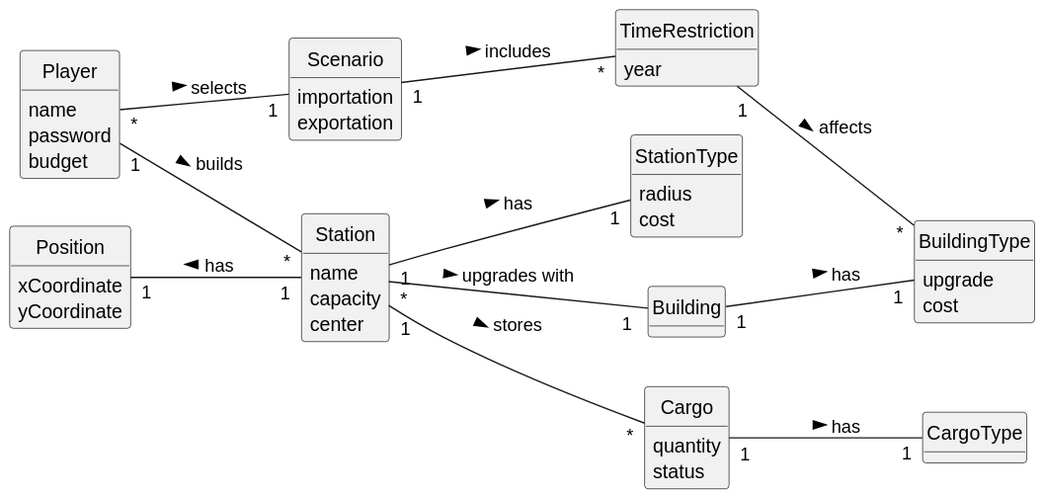
This is Sprint2/US006/02.analysis/svg/US006-DM.svg from 1240935/pi2-railway-simulator, a PlantUML export, as it was before one commit.
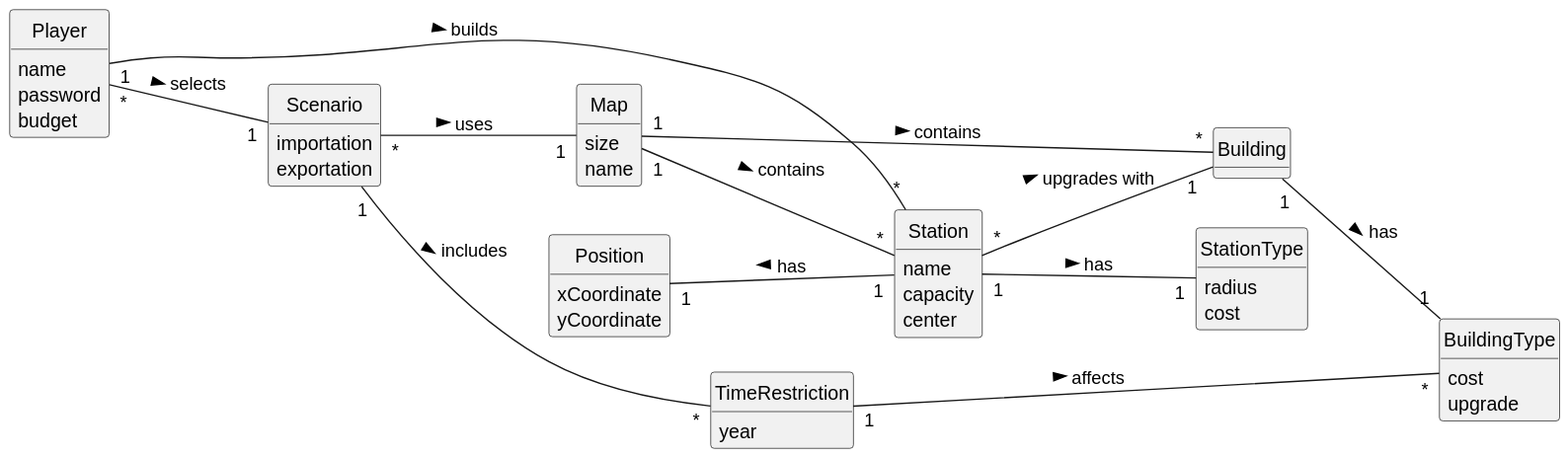
The same file after the commit.

The edit, as a diff of the source:
```diff
@@ -29,13 +29,18 @@
 }
 
 class BuildingType {
+    cost
     upgrade
-    cost
 }
 
 class Scenario {
     importation
     exportation
+ }
+
+class Map {
+    size
+    name
 }
 
 class Position{
@@ -43,17 +48,10 @@
     yCoordinate
 }
 
-class Cargo {
-    quantity
-    status
-}
-
-class CargoType{
-}
-
 class TimeRestriction{
     year
 }
+
 
 Player "1" -- "*" Station: builds >
 Player "*" -- "1" Scenario : selects >
@@ -61,8 +59,9 @@
 Station "1" -- "1" StationType: has >
 Building "1" -- "1" BuildingType : has >
 Position "1" -- "1" Station: has <
-Station "1" -- "*" Cargo : stores >
-Cargo "1" -- "1" CargoType: has >
+Scenario "*" -- "1" Map : uses >
+Map "1" -- "*" Building: contains >
+Map "1" -- "*" Station : contains >
 Scenario "1" -- "*" TimeRestriction: includes >
 TimeRestriction "1" -- "*" BuildingType: affects >
 @enduml
```
